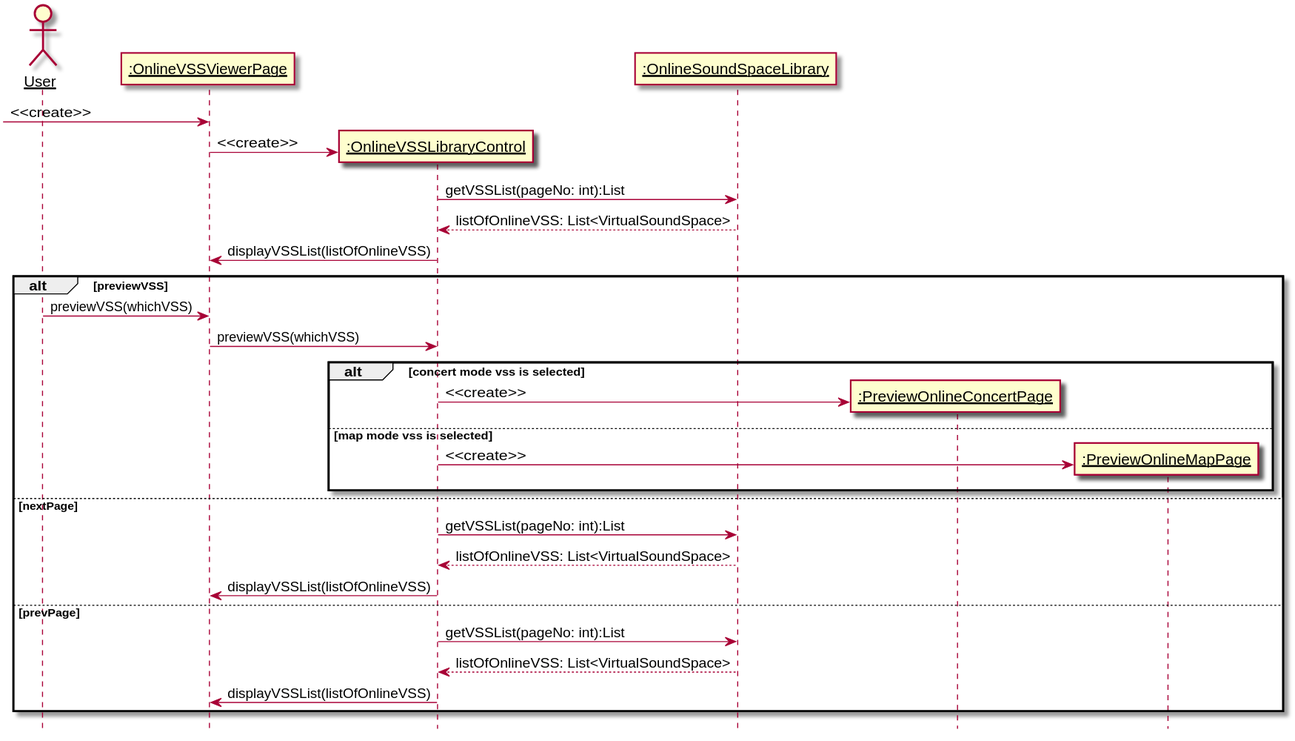
Earlier version of the PlantUML export 设计/Diagrams/BrowseOnlineVSSLibrary.svg (kpp19920121/doc). Its diagram source:
```plantuml
@startuml Diagrams/BrowseOnlineVSSLibrary
hide footbox
skinparam sequenceParticipant underline

actor User as user
participant ":OnlineVSSViewerPage" as page
participant ":OnlineVSSLibraryControl" as control
participant ":OnlineSoundSpaceLibrary" as library



create page
[-> page: <<create>>
create control
page -> control: <<create>>
control -> library: getVSSList(pageNo: int):List
library --> control: listOfOnlineVSS: List<VirtualSoundSpace>
control -> page: displayVSSList(listOfOnlineVSS)
alt previewVSS
    user -> page: previewVSS(whichVSS)
    page -> control: previewVSS(whichVSS)
    alt concert mode vss is selected
        participant ":PreviewOnlineConcertPage" as pocp
        create pocp
        control -> pocp: <<create>>
    else map mode vss is selected
        participant ":PreviewOnlineMapPage" as pomp
        create pomp
        control -> pomp: <<create>>

    end
else nextPage
    control -> library: getVSSList(pageNo: int):List
    library --> control: listOfOnlineVSS: List<VirtualSoundSpace>
    control -> page: displayVSSList(listOfOnlineVSS)
else prevPage
    control -> library: getVSSList(pageNo: int):List
    library --> control: listOfOnlineVSS: List<VirtualSoundSpace>
    control -> page: displayVSSList(listOfOnlineVSS)
end

@enduml
```
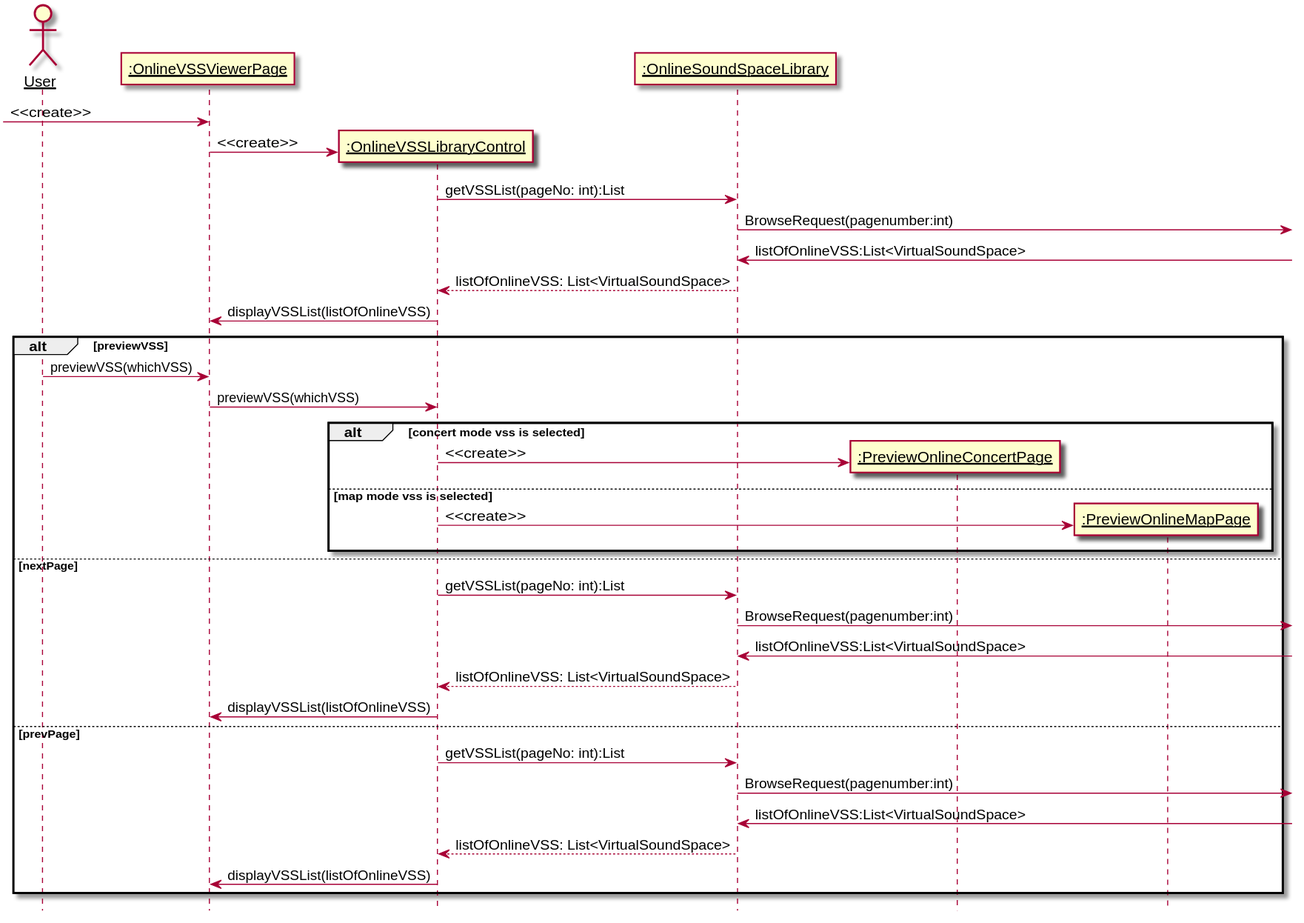
Above is the later version.

What changed in the source:
```diff
@@ -14,6 +14,8 @@
 create control
 page -> control: <<create>>
 control -> library: getVSSList(pageNo: int):List
+library->:BrowseRequest(pagenumber:int)
+library<-:listOfOnlineVSS:List<VirtualSoundSpace>
 library --> control: listOfOnlineVSS: List<VirtualSoundSpace>
 control -> page: displayVSSList(listOfOnlineVSS)
 alt previewVSS
@@ -31,10 +33,14 @@
     end
 else nextPage
     control -> library: getVSSList(pageNo: int):List
+    library->:BrowseRequest(pagenumber:int)
+    library<-:listOfOnlineVSS:List<VirtualSoundSpace>
     library --> control: listOfOnlineVSS: List<VirtualSoundSpace>
     control -> page: displayVSSList(listOfOnlineVSS)
 else prevPage
     control -> library: getVSSList(pageNo: int):List
+    library->:BrowseRequest(pagenumber:int)
+    library<-:listOfOnlineVSS:List<VirtualSoundSpace>
     library --> control: listOfOnlineVSS: List<VirtualSoundSpace>
     control -> page: displayVSSList(listOfOnlineVSS)
 end
```
